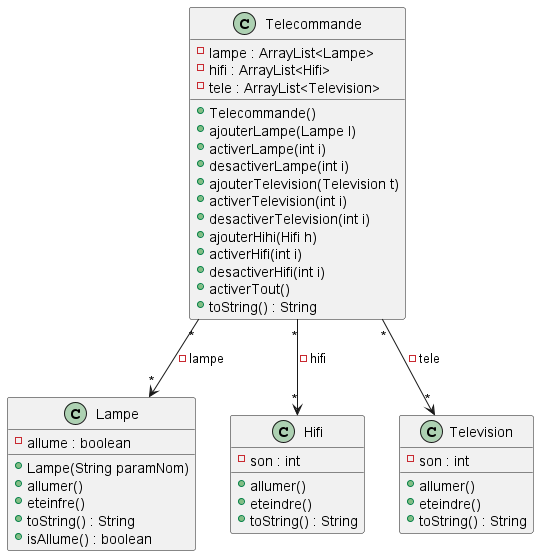
Above: DiagrammeTele.png in LDoan2/2022_coo_domotique_DOAN_OUDIN (PlantUML), before the change.
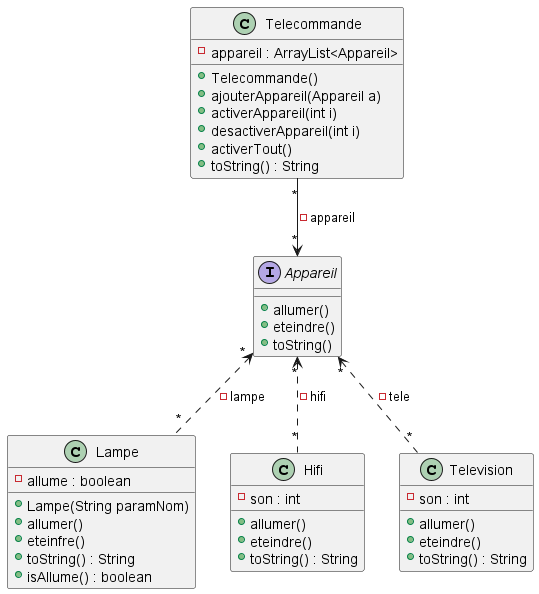
After the commit.

Commit message:
diag tele png

Diff of the diagram source:
```diff
@@ -11,21 +11,18 @@
 +isAllume() : boolean
 }
 
+interface Appareil{
++allumer()
++eteindre()
++toString()
+}
 
 class Telecommande{
--lampe : ArrayList<Lampe>
--hifi : ArrayList<Hifi>
--tele : ArrayList<Television>
+-appareil : ArrayList<Appareil>
 +Telecommande()
-+ajouterLampe(Lampe l)
-+activerLampe(int i)
-+desactiverLampe(int i)
-+ajouterTelevision(Television t)
-+activerTelevision(int i)
-+desactiverTelevision(int i)
-+ajouterHihi(Hifi h)
-+activerHifi(int i)
-+desactiverHifi(int i)
++ajouterAppareil(Appareil a)
++activerAppareil(int i)
++desactiverAppareil(int i)
 +activerTout()
 +toString() : String
 }
@@ -47,8 +44,8 @@
 }
 
 
-Telecommande "*"-->"*" Lampe :-lampe
-Telecommande "*"--> "*"Hifi  : -hifi
-Telecommande "*"--> "*"Television  : -tele
-
+Appareil "*" <.."*" Lampe :-lampe
+Appareil "*" <.. "*" Hifi  : -hifi
+Appareil "*" <.. "*" Television  : -tele
+Telecommande "*" --> "*" Appareil : -appareil
 @enduml
```
